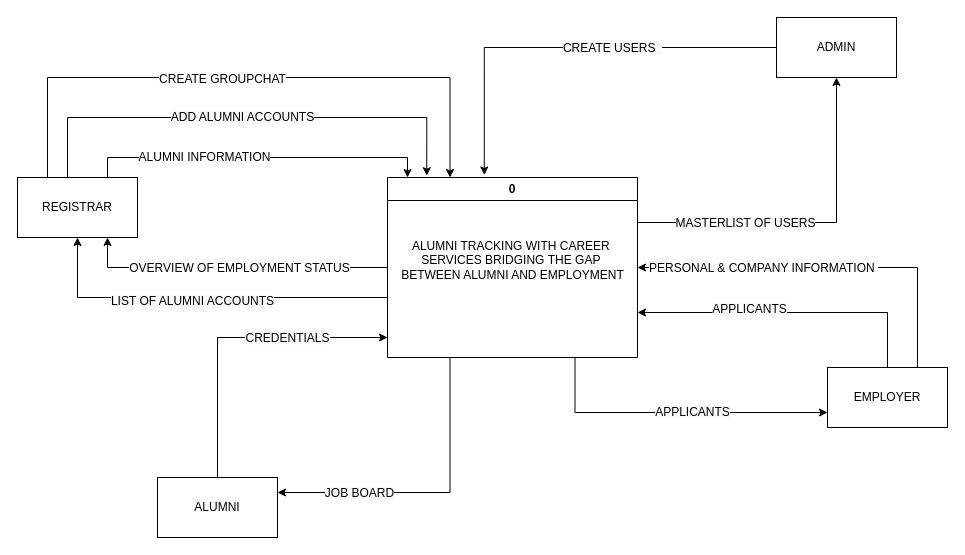
The draw.io diagram page "context diagram" (2 of 10) of docs/FLOWCHART.drawio in 5kydriven/alumni-tracker-system-nuxt, before the edit. Source tidied: cells renumbered, new cells numbered last; positions are measured from the earlier drawing's top-left corner, leaving out a move shared by most shapes. Both pictures are drawn from the tidied source at 100%, with x=0, y=0 at pixel (17, 17).
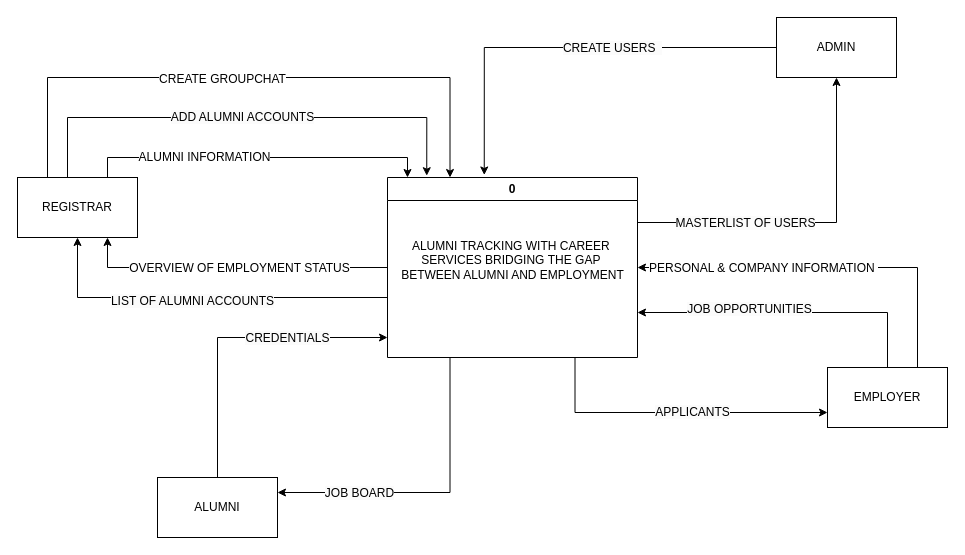
After the change.

The change refers to these unchanged cells:
```xml
<mxCell id="25" style="edgeStyle=orthogonalEdgeStyle;rounded=0;jettySize=auto;html=1;exitX=0.5;exitY=0;exitDx=0;exitDy=0;entryX=1;entryY=0.75;entryDx=0;entryDy=0;" parent="1" edge="1" source="29" target="12">
  <mxGeometry relative="1" as="geometry" />
</mxCell>
```

What changed in the source:
```diff
@@
-    <mxCell id="26" value="&lt;span style=&quot;font-size: 12px; background-color: rgb(251, 251, 251);&quot;&gt;APPLICANTS&lt;/span&gt;" style="edgeLabel;html=1;align=center;verticalAlign=middle;" parent="25" vertex="1">
+    <mxCell id="26" value="&lt;span style=&quot;font-size: 12px; background-color: rgb(251, 251, 251);&quot;&gt;JOB OPPORTUNITIES&lt;/span&gt;" style="edgeLabel;html=1;align=center;verticalAlign=middle;" parent="25" vertex="1">
       <mxGeometry x="0.27" y="-4" relative="1" as="geometry" />
     </mxCell>
```
